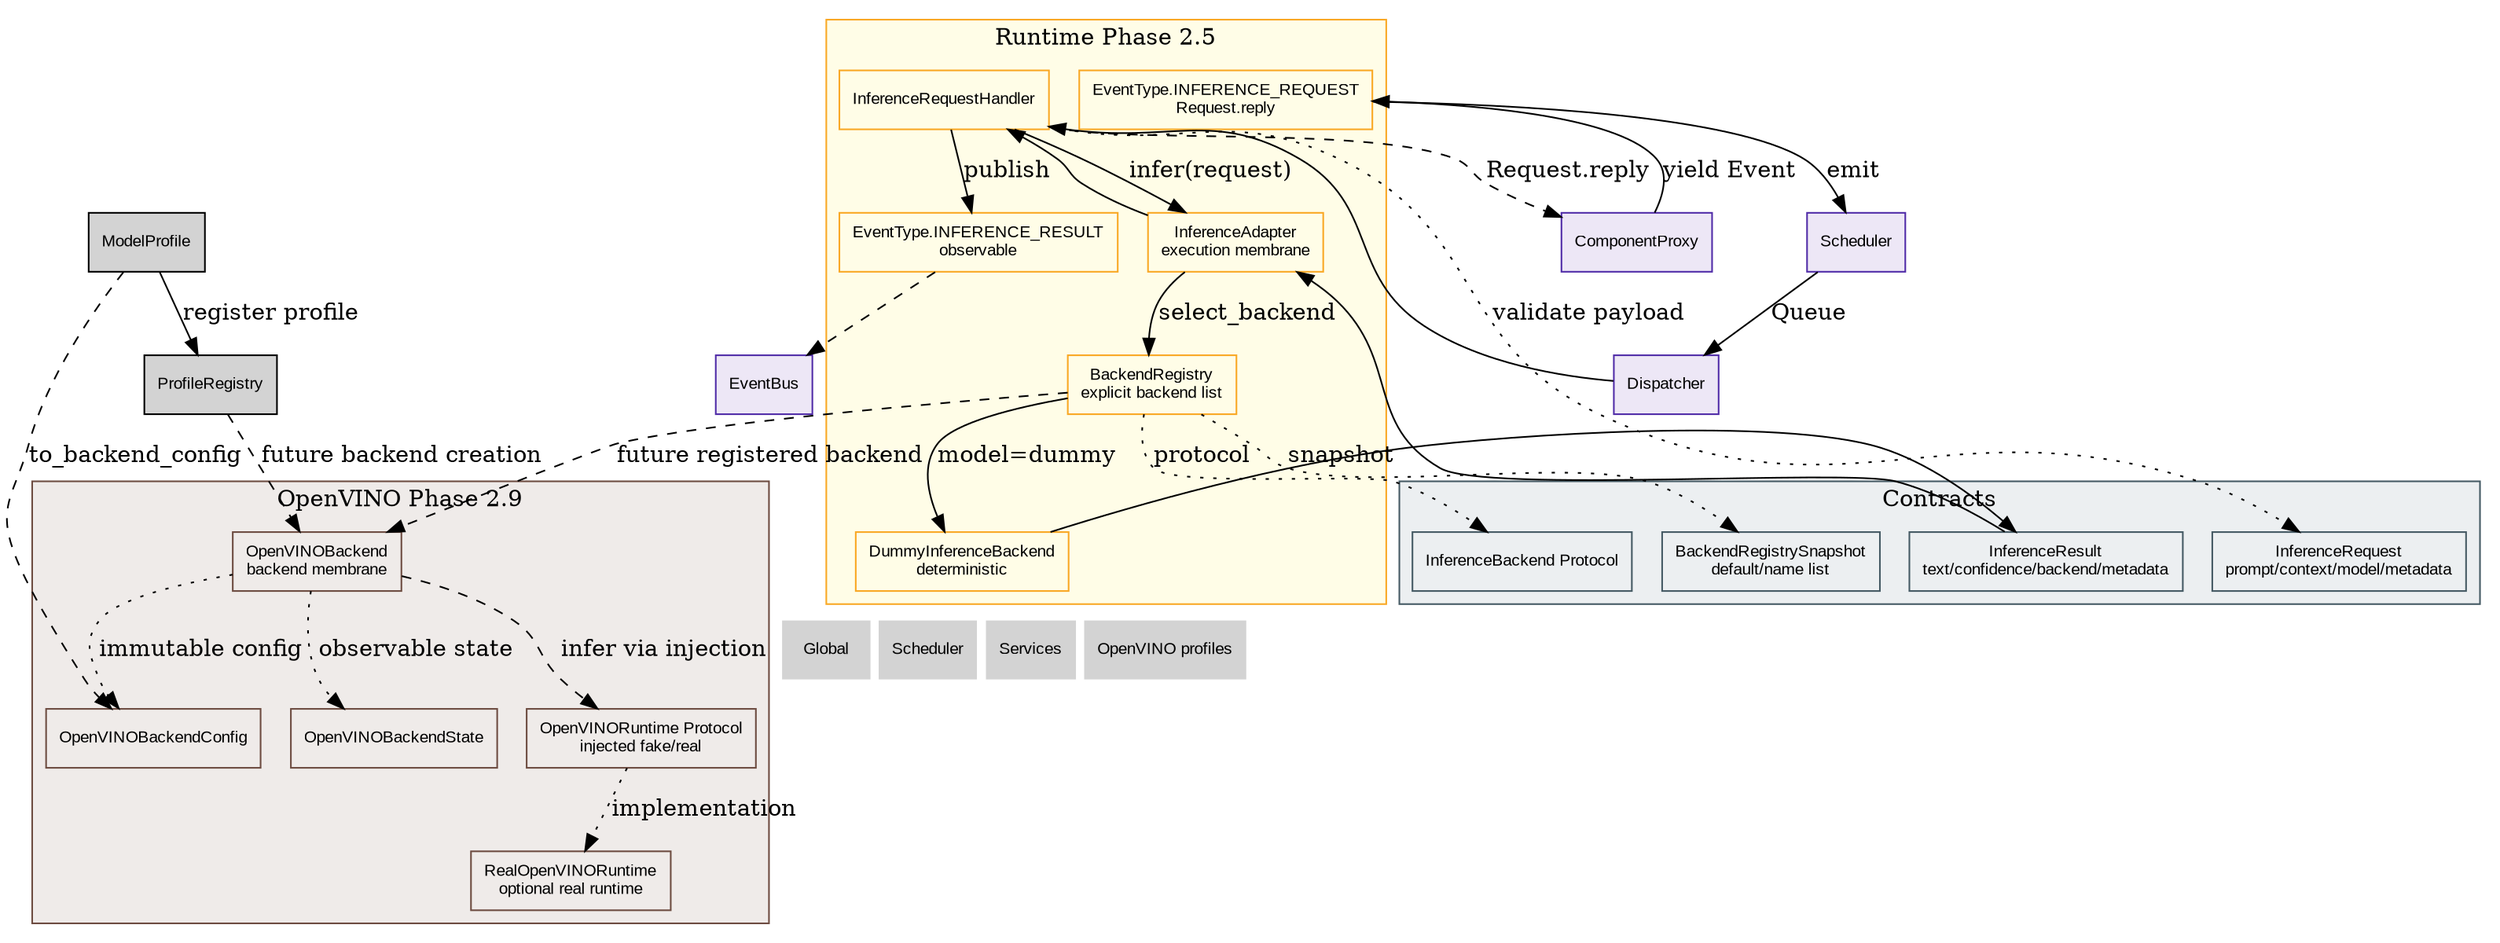
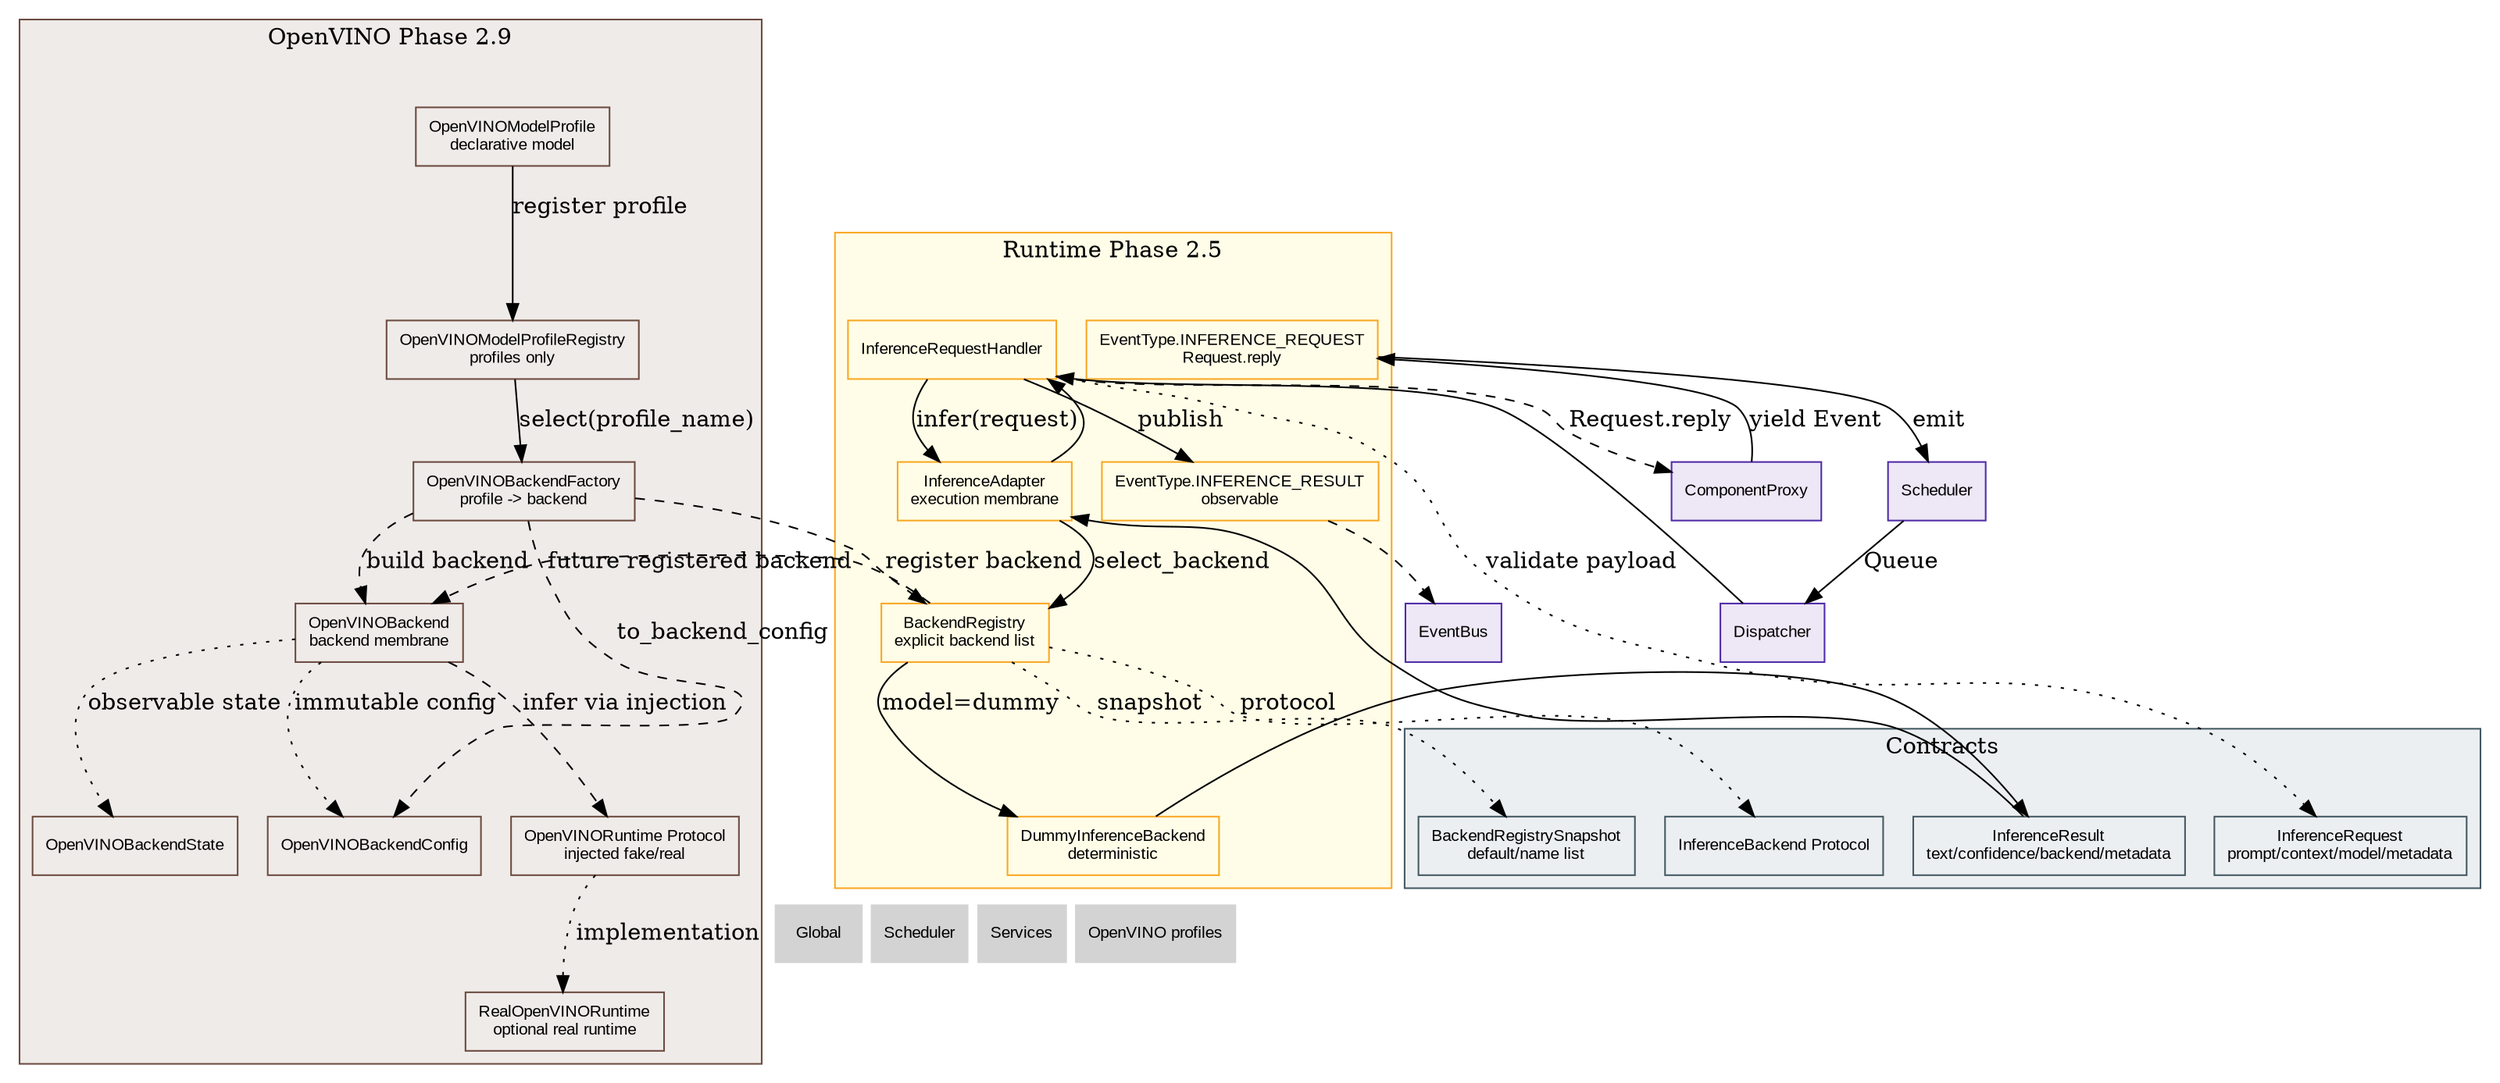
digraph Inference {
    // ROADMAP_ID: inference
    // ROADMAP_PARENT: 00_global.dot

    rankdir=TB;
    node [shape=box, style=filled, fontname="Arial", fontsize=10];

    // ROADMAP_NOTE[phase2_9]:
    // OpenVINOBackend possède maintenant un runtime réel optionnel isolé dans
    // inference/openvino_runtime.py. Le Scheduler, le Dispatcher et
    // ComponentProxy ne changent pas. Aucun modèle n'est imposé : le runtime
    // exécute uniquement des entrées OpenVINO brutes.

    // ROADMAP_NOTE[phase3_0]:
    // Les profils OpenVINO séparent le choix déclaratif des modèles de
    // BackendRegistry. On peut préparer embedding/generation/raw sans imposer
    // de tokenizer ni instancier OpenVINO.
+ 
+     // ROADMAP_NOTE[phase3_1]:
+     // OpenVINOBackendFactory devient le pont explicite entre profils déclarés
+     // et backends enregistrés. Aucun fallback modèle n'est ajouté.

    subgraph cluster_contracts {
        label="Contracts";
        color="#455a64";
        bgcolor="#eceff1";
        node [fillcolor="#eceff1", color="#455a64"];
        InferenceRequest [label="InferenceRequest\nprompt/context/model/metadata"];
        InferenceResult [label="InferenceResult\ntext/confidence/backend/metadata"];
        InferenceBackend [label="InferenceBackend Protocol"];
        RegistrySnapshot [label="BackendRegistrySnapshot\ndefault/name list"];
    }

    subgraph cluster_runtime {
        label="Runtime Phase 2.5";
        color="#f9a825";
        bgcolor="#fffde7";
        node [fillcolor="#fffde7", color="#f9a825"];
        EventRequest [label="EventType.INFERENCE_REQUEST\nRequest.reply"];
        Handler [label="InferenceRequestHandler"];
        Adapter [label="InferenceAdapter\nexecution membrane"];
        Registry [label="BackendRegistry\nexplicit backend list"];
        Dummy [label="DummyInferenceBackend\ndeterministic"];
        EventResult [label="EventType.INFERENCE_RESULT\nobservable"];
    }

    subgraph cluster_openvino_contract {
        label="OpenVINO Phase 2.9";
        color="#6d4c41";
        bgcolor="#efebe9";
        node [fillcolor="#efebe9", color="#6d4c41"];
        OpenVINO [label="OpenVINOBackend\nbackend membrane", URL="41_openvino_backend.svg"];
        OpenVINOConfig [label="OpenVINOBackendConfig"];
        OpenVINOState [label="OpenVINOBackendState"];
        OpenVINORuntime [label="OpenVINORuntime Protocol\ninjected fake/real"];
        RealRuntime [label="RealOpenVINORuntime\noptional real runtime", URL="42_openvino_runtime.svg"];
+         ModelProfile [label="OpenVINOModelProfile\ndeclarative model", URL="43_openvino_profiles.svg"];
+         ProfileRegistry [label="OpenVINOModelProfileRegistry\nprofiles only", URL="43_openvino_profiles.svg"];
+         BackendFactory [label="OpenVINOBackendFactory\nprofile -> backend", URL="43_openvino_profiles.svg"];
    }

    Scheduler [fillcolor="#ede7f6", color="#512da8", URL="../scheduler/10_scheduler.svg"];
    Dispatcher [fillcolor="#ede7f6", color="#512da8", URL="../scheduler/dispatcher/11_dispatcher.svg"];
    ComponentProxy [fillcolor="#ede7f6", color="#512da8", URL="../scheduler/component_proxy/14_component_proxy.svg"];
    EventBus [fillcolor="#ede7f6", color="#512da8", URL="../scheduler/event_bus/12_event_bus.svg"];

    ComponentProxy -> EventRequest [label="yield Event"];
    EventRequest -> Scheduler [label="emit"];
    Scheduler -> Dispatcher [label="Queue"];
    Dispatcher -> Handler;
    Handler -> InferenceRequest [style=dotted, label="validate payload"];
    Handler -> Adapter [label="infer(request)"];
    Adapter -> Registry [label="select_backend"];
    Registry -> RegistrySnapshot [style=dotted, label="snapshot"];
    Registry -> InferenceBackend [style=dotted, label="protocol"];
    Registry -> Dummy [label="model=dummy"];
    Dummy -> InferenceResult;
    InferenceResult -> Adapter;
    Adapter -> Handler;
    Handler -> ComponentProxy [label="Request.reply", style=dashed];
    Handler -> EventResult [label="publish"];
    EventResult -> EventBus [style=dashed];

    Registry -> OpenVINO [style=dashed, label="future registered backend"];
    OpenVINO -> OpenVINOConfig [style=dotted, label="immutable config"];
    OpenVINO -> OpenVINOState [style=dotted, label="observable state"];
    OpenVINO -> OpenVINORuntime [style=dashed, label="infer via injection"];
    OpenVINORuntime -> RealRuntime [style=dotted, label="implementation"];
-     ModelProfile -> OpenVINOConfig [style=dashed, label="to_backend_config"];
    ModelProfile -> ProfileRegistry [label="register profile"];
-     ProfileRegistry -> OpenVINO [style=dashed, label="future backend creation"];
+     ProfileRegistry -> BackendFactory [label="select(profile_name)"];
+     BackendFactory -> OpenVINOConfig [style=dashed, label="to_backend_config"];
+     BackendFactory -> OpenVINO [style=dashed, label="build backend"];
+     BackendFactory -> Registry [style=dashed, label="register backend"];

    Nav_Global [label="Global", shape=plaintext, URL="../00_global.svg"];
    Nav_Scheduler [label="Scheduler", shape=plaintext, URL="../scheduler/10_scheduler.svg"];
    Nav_Services [label="Services", shape=plaintext, URL="../services/30_services.svg"];
    Nav_Profiles [label="OpenVINO profiles", shape=plaintext, URL="43_openvino_profiles.svg"];

    { rank=sink; Nav_Global; Nav_Scheduler; Nav_Services; Nav_Profiles; }
}
